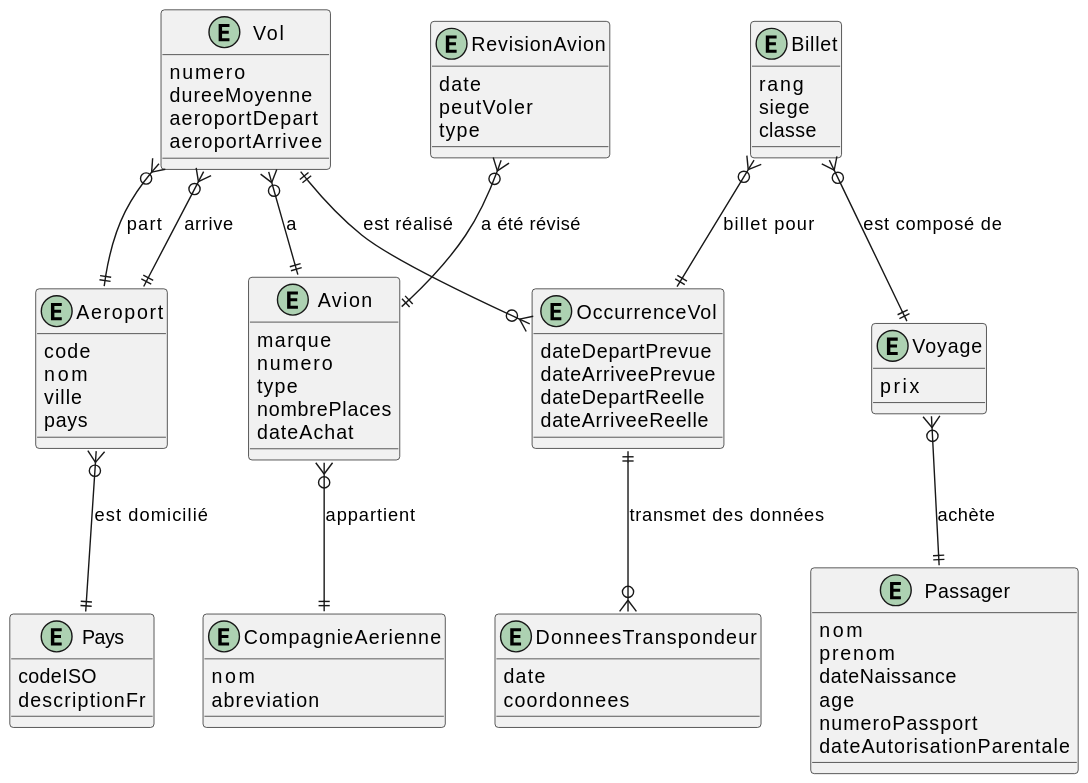
The PlantUML diagram images/ERD/airline_reservation/erd_airline_reservation_logique.svg in rparadiscsfoy/420-W34-SF-TP01, before a commit.
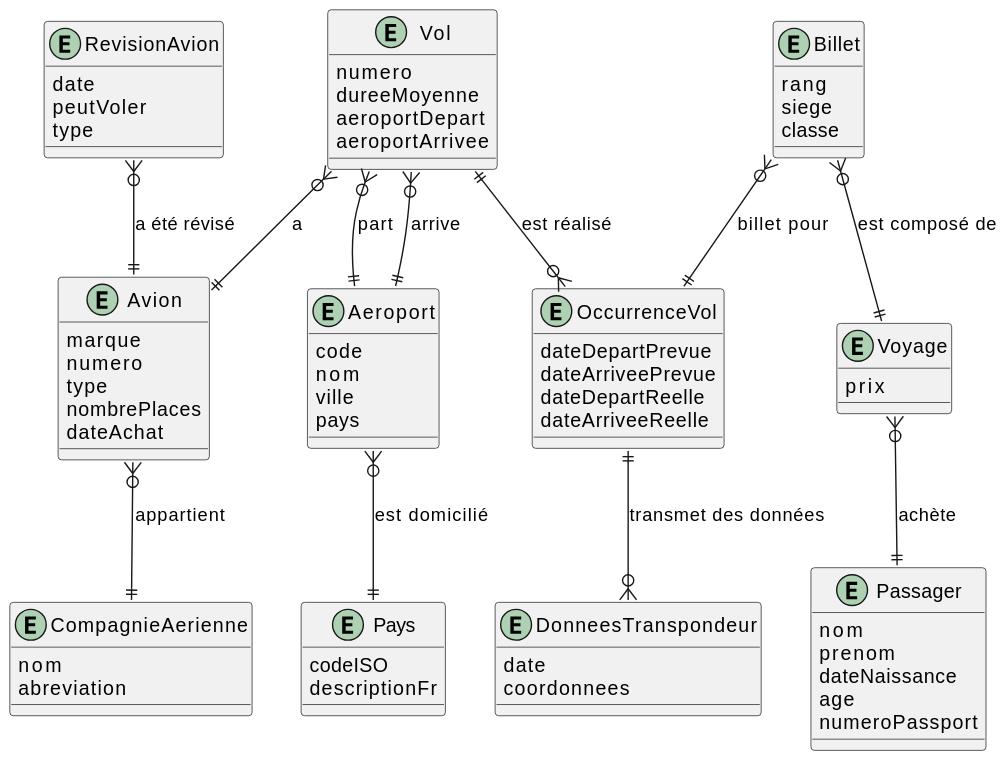
The same file after the commit.

What changed in the source:
```diff
@@ -3,6 +3,14 @@
 entity Pays {
     codeISO
     descriptionFr
+}
+
+entity Avion {
+    marque
+    numero
+    type
+    nombrePlaces
+    dateAchat
 }
 
 entity Aeroport {
@@ -29,14 +37,6 @@
 entity DonneesTranspondeur {
     date
     coordonnees
-}
-
-entity Avion {
-    marque
-    numero
-    type
-    nombrePlaces
-    dateAchat
 }
 
 entity RevisionAvion {
@@ -66,7 +66,6 @@
     dateNaissance
     age
     numeroPassport
-    dateAutorisationParentale
 }
 
 Vol }o--|| Aeroport: arrive
```
